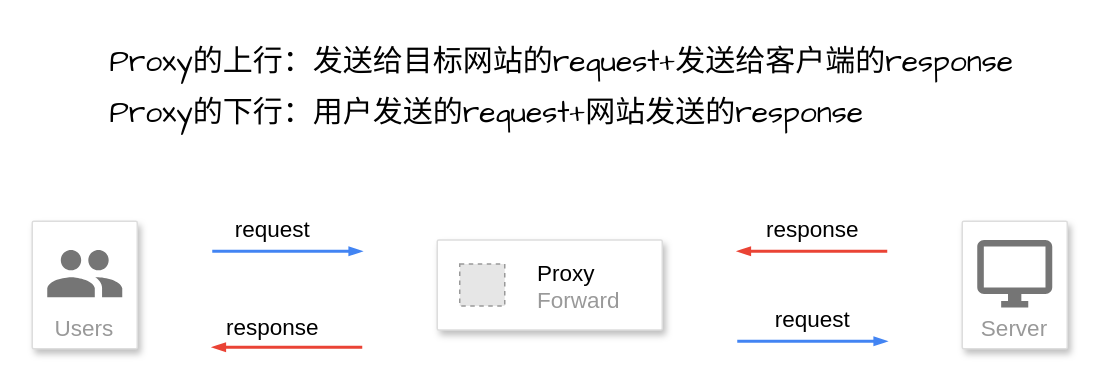
Earlier version of the draw.io diagram proxy_bandwidth.drawio (munding/drawio). Source tidied: cells renumbered, new cells numbered last; positions are measured from the earlier drawing's top-left corner, leaving out a move shared by most shapes. Both pictures are drawn from the tidied source at 150%, with x=0, y=0 at pixel (32, 26). Pictures stored in the file or linked from it are replaced by grey dashed boxes.
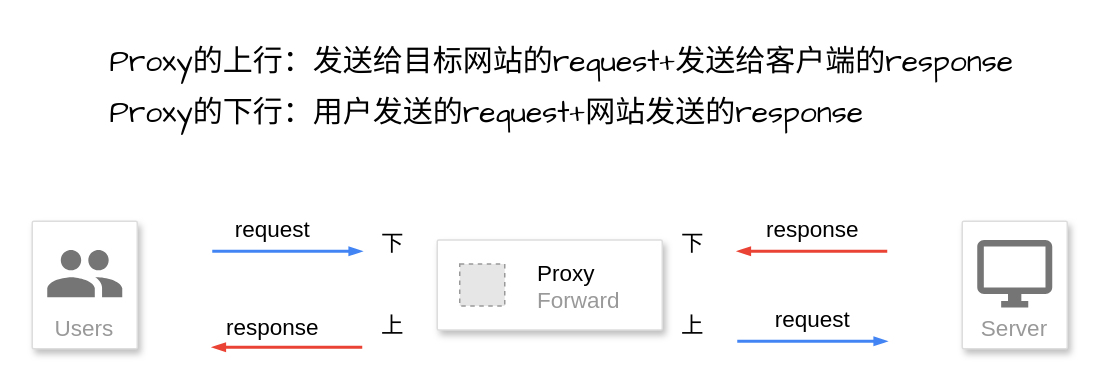
Above is the later version.

The change refers to these unchanged cells:
```xml
<mxCell id="3" style="group;" parent="1" vertex="1">
  <mxGeometry y="120" width="690" height="95" as="geometry" />
</mxCell>
```

Diff of the diagram source:
```diff
@@
+    <mxCell id="18" value="下" style="text;html=1;align=center;verticalAlign=middle;strokeColor=none;fillColor=none;fontSize=15;fontFamily=Comic Sans MS;" parent="3" vertex="1">
+      <mxGeometry x="420" y="10" width="40" height="30" as="geometry" />
+    </mxCell>
+    <mxCell id="19" value="上" style="text;html=1;align=center;verticalAlign=middle;strokeColor=none;fillColor=none;fontSize=15;fontFamily=Comic Sans MS;" parent="3" vertex="1">
+      <mxGeometry x="420" y="65" width="40" height="30" as="geometry" />
+    </mxCell>
+    <mxCell id="20" value="上" style="text;html=1;align=center;verticalAlign=middle;strokeColor=none;fillColor=none;fontSize=15;fontFamily=Comic Sans MS;" parent="3" vertex="1">
+      <mxGeometry x="220" y="65" width="40" height="30" as="geometry" />
+    </mxCell>
+    <mxCell id="21" value="下" style="text;html=1;align=center;verticalAlign=middle;strokeColor=none;fillColor=none;fontSize=15;fontFamily=Comic Sans MS;" parent="3" vertex="1">
+      <mxGeometry x="220" y="10" width="40" height="30" as="geometry" />
+    </mxCell>
```
